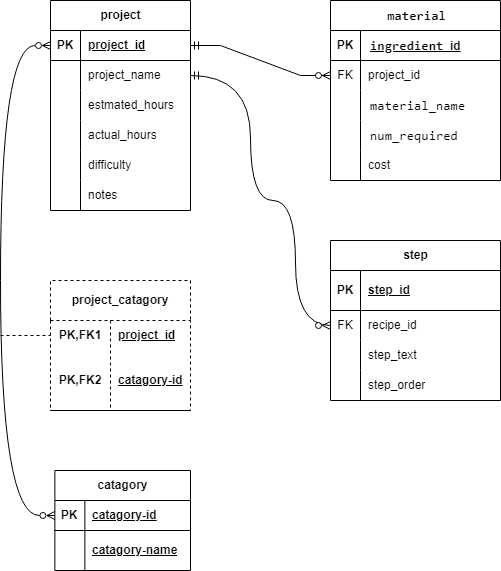
DarinSicurello/mysql-java keeps this draw.io diagram as projects Diagram.drawio.png. Above is the earlier version. Source tidied: cells renumbered, new cells last; positions are measured from the earlier drawing's top-left corner, leaving out a move shared by most shapes. Its diagram source:
```xml
<mxGraphModel>
  <root>
    <mxCell id="0" />
    <mxCell id="1" parent="0" />
    <mxCell id="2" value="project" style="shape=table;startSize=30;rowLines=0;fontStyle=1;align=center;html=1;" parent="1" vertex="1">
      <mxGeometry x="50" width="140" height="210" as="geometry" />
    </mxCell>
    <mxCell id="3" style="shape=tableRow;horizontal=0;startSize=0;swimlaneHead=0;swimlaneBody=0;fillColor=none;points=[[0,0.5],[1,0.5]];portConstraint=eastwest;top=0;left=0;right=0;bottom=1;" parent="2" vertex="1">
      <mxGeometry y="30" width="140" height="30" as="geometry" />
    </mxCell>
    <mxCell id="4" value="PK" style="shape=partialRectangle;fillColor=none;top=0;left=0;bottom=0;right=0;fontStyle=1;overflow=hidden;whiteSpace=wrap;html=1;" parent="3" vertex="1">
      <mxGeometry width="30" height="30" as="geometry" />
    </mxCell>
    <mxCell id="5" value="project_id" style="shape=partialRectangle;fillColor=none;top=0;left=0;bottom=0;right=0;align=left;spacingLeft=6;fontStyle=5;overflow=hidden;whiteSpace=wrap;html=1;" parent="3" vertex="1">
      <mxGeometry x="30" width="110" height="30" as="geometry" />
    </mxCell>
    <mxCell id="6" style="shape=tableRow;horizontal=0;startSize=0;swimlaneHead=0;swimlaneBody=0;fillColor=none;points=[[0,0.5],[1,0.5]];portConstraint=eastwest;top=0;left=0;right=0;bottom=0;" parent="2" vertex="1">
      <mxGeometry y="60" width="140" height="30" as="geometry" />
    </mxCell>
    <mxCell id="7" style="shape=partialRectangle;fillColor=none;top=0;left=0;bottom=0;right=0;overflow=hidden;whiteSpace=wrap;html=1;" parent="6" vertex="1">
      <mxGeometry width="30" height="30" as="geometry" />
    </mxCell>
    <mxCell id="8" value="project_name" style="shape=partialRectangle;fillColor=none;top=0;left=0;bottom=0;right=0;align=left;spacingLeft=6;overflow=hidden;whiteSpace=wrap;html=1;" parent="6" vertex="1">
      <mxGeometry x="30" width="110" height="30" as="geometry" />
    </mxCell>
    <mxCell id="9" style="shape=tableRow;horizontal=0;startSize=0;swimlaneHead=0;swimlaneBody=0;fillColor=none;top=0;left=0;right=0;bottom=0;" parent="2" vertex="1">
      <mxGeometry y="90" width="140" height="30" as="geometry" />
    </mxCell>
    <mxCell id="10" style="shape=partialRectangle;fillColor=none;top=0;left=0;bottom=0;right=0;overflow=hidden;whiteSpace=wrap;html=1;" parent="9" vertex="1">
      <mxGeometry width="30" height="30" as="geometry" />
    </mxCell>
    <mxCell id="11" value="estmated_hours" style="shape=partialRectangle;fillColor=none;top=0;left=0;bottom=0;right=0;align=left;spacingLeft=6;overflow=hidden;whiteSpace=wrap;html=1;" parent="9" vertex="1">
      <mxGeometry x="30" width="110" height="30" as="geometry" />
    </mxCell>
    <mxCell id="12" style="shape=tableRow;horizontal=0;startSize=0;swimlaneHead=0;swimlaneBody=0;fillColor=none;top=0;left=0;right=0;bottom=0;" parent="2" vertex="1">
      <mxGeometry y="120" width="140" height="30" as="geometry" />
    </mxCell>
    <mxCell id="13" style="shape=partialRectangle;fillColor=none;top=0;left=0;bottom=0;right=0;overflow=hidden;whiteSpace=wrap;html=1;" parent="12" vertex="1">
      <mxGeometry width="30" height="30" as="geometry" />
    </mxCell>
    <mxCell id="14" value="actual_hours" style="shape=partialRectangle;fillColor=none;top=0;left=0;bottom=0;right=0;align=left;spacingLeft=6;overflow=hidden;whiteSpace=wrap;html=1;" parent="12" vertex="1">
      <mxGeometry x="30" width="110" height="30" as="geometry" />
    </mxCell>
    <mxCell id="15" style="shape=tableRow;horizontal=0;startSize=0;swimlaneHead=0;swimlaneBody=0;fillColor=none;top=0;left=0;right=0;bottom=0;" parent="2" vertex="1">
      <mxGeometry y="150" width="140" height="30" as="geometry" />
    </mxCell>
    <mxCell id="16" style="shape=partialRectangle;fillColor=none;top=0;left=0;bottom=0;right=0;overflow=hidden;whiteSpace=wrap;html=1;" parent="15" vertex="1">
      <mxGeometry width="30" height="30" as="geometry" />
    </mxCell>
    <mxCell id="17" value="difficulty" style="shape=partialRectangle;fillColor=none;top=0;left=0;bottom=0;right=0;align=left;spacingLeft=6;overflow=hidden;whiteSpace=wrap;html=1;" parent="15" vertex="1">
      <mxGeometry x="30" width="110" height="30" as="geometry" />
    </mxCell>
    <mxCell id="18" style="shape=tableRow;horizontal=0;startSize=0;swimlaneHead=0;swimlaneBody=0;fillColor=none;top=0;left=0;right=0;bottom=0;" parent="2" vertex="1">
      <mxGeometry y="180" width="140" height="30" as="geometry" />
    </mxCell>
    <mxCell id="19" style="shape=partialRectangle;fillColor=none;top=0;left=0;bottom=0;right=0;overflow=hidden;whiteSpace=wrap;html=1;" parent="18" vertex="1">
      <mxGeometry width="30" height="30" as="geometry" />
    </mxCell>
    <mxCell id="20" value="notes" style="shape=partialRectangle;fillColor=none;top=0;left=0;bottom=0;right=0;align=left;spacingLeft=6;overflow=hidden;whiteSpace=wrap;html=1;" parent="18" vertex="1">
      <mxGeometry x="30" width="110" height="30" as="geometry" />
    </mxCell>
    <mxCell id="21" style="edgeStyle=orthogonalEdgeStyle;rounded=0;orthogonalLoop=1;jettySize=auto;html=1;exitX=1;exitY=0.5;exitDx=0;exitDy=0;entryX=1;entryY=0.5;entryDx=0;entryDy=0;" parent="2" edge="1" source="6" target="6">
      <mxGeometry relative="1" as="geometry" />
    </mxCell>
    <mxCell id="22" value="&lt;span style=&quot;padding: 0px 0px 0px 2px;&quot;&gt;&lt;span style=&quot;font-family: Consolas; font-size: 10pt; white-space-collapse: preserve; background-color: rgb(255, 255, 255);&quot;&gt;material&lt;/span&gt;&lt;/span&gt;" style="shape=table;startSize=30;rowLines=0;fontStyle=1;align=center;html=1;" parent="1" vertex="1">
      <mxGeometry x="330" width="170" height="180" as="geometry" />
    </mxCell>
    <mxCell id="23" style="shape=tableRow;horizontal=0;startSize=0;swimlaneHead=0;swimlaneBody=0;fillColor=none;top=0;left=0;right=0;bottom=1;" parent="22" vertex="1">
      <mxGeometry y="30" width="170" height="30" as="geometry" />
    </mxCell>
    <mxCell id="24" value="PK" style="shape=partialRectangle;fillColor=none;top=0;left=0;bottom=0;right=0;fontStyle=1;overflow=hidden;whiteSpace=wrap;html=1;" parent="23" vertex="1">
      <mxGeometry width="30" height="30" as="geometry" />
    </mxCell>
    <mxCell id="25" value="&lt;span style=&quot;background-color: rgb(255, 255, 255);&quot;&gt;&lt;span style=&quot;padding: 0px 0px 0px 2px;&quot;&gt;&lt;span style=&quot;font-family: Consolas; font-size: 10pt; white-space: pre;&quot;&gt;ingredient&lt;/span&gt;&lt;/span&gt;_id&lt;/span&gt;" style="shape=partialRectangle;fillColor=none;top=0;left=0;bottom=0;right=0;align=left;spacingLeft=6;fontStyle=5;overflow=hidden;whiteSpace=wrap;html=1;" parent="23" vertex="1">
      <mxGeometry x="30" width="140" height="30" as="geometry" />
    </mxCell>
    <mxCell id="26" style="shape=tableRow;horizontal=0;startSize=0;swimlaneHead=0;swimlaneBody=0;fillColor=none;points=[[0,0.5],[1,0.5]];portConstraint=eastwest;top=0;left=0;right=0;bottom=0;" parent="22" vertex="1">
      <mxGeometry y="60" width="170" height="30" as="geometry" />
    </mxCell>
    <mxCell id="27" value="FK" style="shape=partialRectangle;fillColor=none;top=0;left=0;bottom=0;right=0;overflow=hidden;whiteSpace=wrap;html=1;" parent="26" vertex="1">
      <mxGeometry width="30" height="30" as="geometry" />
    </mxCell>
    <mxCell id="28" value="project_id" style="shape=partialRectangle;fillColor=none;top=0;left=0;bottom=0;right=0;align=left;spacingLeft=6;overflow=hidden;whiteSpace=wrap;html=1;" parent="26" vertex="1">
      <mxGeometry x="30" width="140" height="30" as="geometry" />
    </mxCell>
    <mxCell id="29" style="shape=tableRow;horizontal=0;startSize=0;swimlaneHead=0;swimlaneBody=0;fillColor=none;top=0;left=0;right=0;bottom=0;" parent="22" vertex="1">
      <mxGeometry y="90" width="170" height="30" as="geometry" />
    </mxCell>
    <mxCell id="30" style="shape=partialRectangle;fillColor=none;top=0;left=0;bottom=0;right=0;overflow=hidden;whiteSpace=wrap;html=1;" parent="29" vertex="1">
      <mxGeometry width="30" height="30" as="geometry" />
    </mxCell>
    <mxCell id="31" value="&lt;span style=&quot;background-color:#ffffff;padding:0px 0px 0px 2px;&quot;&gt;&lt;span style=&quot;font-family: Consolas; font-size: 10pt; white-space: pre;&quot;&gt;material_name &lt;/span&gt;&lt;/span&gt;" style="shape=partialRectangle;fillColor=none;top=0;left=0;bottom=0;right=0;align=left;spacingLeft=6;overflow=hidden;whiteSpace=wrap;html=1;" parent="29" vertex="1">
      <mxGeometry x="30" width="140" height="30" as="geometry" />
    </mxCell>
    <mxCell id="32" style="shape=tableRow;horizontal=0;startSize=0;swimlaneHead=0;swimlaneBody=0;fillColor=none;top=0;left=0;right=0;bottom=0;" parent="22" vertex="1">
      <mxGeometry y="120" width="170" height="30" as="geometry" />
    </mxCell>
    <mxCell id="33" style="shape=partialRectangle;fillColor=none;top=0;left=0;bottom=0;right=0;overflow=hidden;whiteSpace=wrap;html=1;" parent="32" vertex="1">
      <mxGeometry width="30" height="30" as="geometry" />
    </mxCell>
    <mxCell id="34" value="&lt;span style=&quot;background-color:#ffffff;padding:0px 0px 0px 2px;&quot;&gt;&lt;span style=&quot;font-family: Consolas; font-size: 10pt; white-space: pre;&quot;&gt;num_required&lt;/span&gt;&lt;/span&gt;" style="shape=partialRectangle;fillColor=none;top=0;left=0;bottom=0;right=0;align=left;spacingLeft=6;overflow=hidden;whiteSpace=wrap;html=1;" parent="32" vertex="1">
      <mxGeometry x="30" width="140" height="30" as="geometry" />
    </mxCell>
    <mxCell id="35" style="shape=tableRow;horizontal=0;startSize=0;swimlaneHead=0;swimlaneBody=0;fillColor=none;top=0;left=0;right=0;bottom=0;" parent="22" vertex="1">
      <mxGeometry y="150" width="170" height="30" as="geometry" />
    </mxCell>
    <mxCell id="36" style="shape=partialRectangle;fillColor=none;top=0;left=0;bottom=0;right=0;overflow=hidden;whiteSpace=wrap;html=1;" parent="35" vertex="1">
      <mxGeometry width="30" height="30" as="geometry" />
    </mxCell>
    <mxCell id="37" value="cost" style="shape=partialRectangle;fillColor=none;top=0;left=0;bottom=0;right=0;align=left;spacingLeft=6;overflow=hidden;whiteSpace=wrap;html=1;" parent="35" vertex="1">
      <mxGeometry x="30" width="140" height="30" as="geometry" />
    </mxCell>
    <mxCell id="38" value="catagory" style="shape=table;startSize=30;rowLines=0;fontStyle=1;align=center;html=1;" parent="1" vertex="1">
      <mxGeometry x="54.4" y="470" width="135.6" height="100" as="geometry" />
    </mxCell>
    <mxCell id="39" style="shape=tableRow;horizontal=0;startSize=0;swimlaneHead=0;swimlaneBody=0;fillColor=none;points=[[0,0.5],[1,0.5]];portConstraint=eastwest;top=0;left=0;right=0;bottom=1;" parent="38" vertex="1">
      <mxGeometry y="30" width="135.6" height="30" as="geometry" />
    </mxCell>
    <mxCell id="40" value="PK" style="shape=partialRectangle;fillColor=none;top=0;left=0;bottom=0;right=0;fontStyle=1;overflow=hidden;whiteSpace=wrap;html=1;" parent="39" vertex="1">
      <mxGeometry width="30" height="30" as="geometry" />
    </mxCell>
    <mxCell id="41" value="&lt;span style=&quot;text-align: center; text-wrap: nowrap;&quot;&gt;catagory-id&lt;/span&gt;" style="shape=partialRectangle;fillColor=none;top=0;left=0;bottom=0;right=0;align=left;spacingLeft=6;fontStyle=5;overflow=hidden;whiteSpace=wrap;html=1;" parent="39" vertex="1">
      <mxGeometry x="30" width="105.6" height="30" as="geometry" />
    </mxCell>
    <mxCell id="42" style="shape=tableRow;horizontal=0;startSize=0;swimlaneHead=0;swimlaneBody=0;fillColor=none;top=0;left=0;right=0;bottom=0;" parent="38" vertex="1">
      <mxGeometry y="60" width="135.6" height="40" as="geometry" />
    </mxCell>
    <mxCell id="43" style="shape=partialRectangle;fillColor=none;top=0;left=0;bottom=0;right=0;overflow=hidden;whiteSpace=wrap;html=1;" parent="42" vertex="1">
      <mxGeometry width="30" height="40" as="geometry" />
    </mxCell>
    <mxCell id="44" value="&lt;span style=&quot;font-weight: 700; text-align: center; text-wrap: nowrap; text-decoration-line: underline;&quot;&gt;catagory-name&lt;/span&gt;" style="shape=partialRectangle;fillColor=none;top=0;left=0;bottom=0;right=0;align=left;spacingLeft=6;overflow=hidden;whiteSpace=wrap;html=1;" parent="42" vertex="1">
      <mxGeometry x="30" width="105.6" height="40" as="geometry" />
    </mxCell>
    <mxCell id="45" value="&lt;span style=&quot;text-wrap: nowrap;&quot;&gt;project_catagory&lt;/span&gt;" style="shape=table;startSize=40;rowLines=0;fontStyle=1;align=center;html=1;whiteSpace=wrap;dashed=1;" parent="1" vertex="1">
      <mxGeometry x="50" y="280" width="140" height="130" as="geometry" />
    </mxCell>
    <mxCell id="46" style="shape=tableRow;horizontal=0;startSize=0;swimlaneHead=0;swimlaneBody=0;fillColor=none;points=[[0,0.5],[1,0.5]];portConstraint=eastwest;top=0;left=0;right=0;bottom=0;html=1;" parent="45" vertex="1">
      <mxGeometry y="40" width="140" height="30" as="geometry" />
    </mxCell>
    <mxCell id="47" value="PK,FK1" style="shape=partialRectangle;fillColor=none;top=0;left=0;bottom=0;right=0;fontStyle=1;overflow=hidden;html=1;whiteSpace=wrap;" parent="46" vertex="1">
      <mxGeometry width="60" height="30" as="geometry" />
    </mxCell>
    <mxCell id="48" value="project_id" style="shape=partialRectangle;fillColor=none;top=0;left=0;bottom=0;right=0;align=left;spacingLeft=6;fontStyle=5;overflow=hidden;html=1;whiteSpace=wrap;" parent="46" vertex="1">
      <mxGeometry x="60" width="80" height="30" as="geometry" />
    </mxCell>
    <mxCell id="49" style="shape=tableRow;horizontal=0;startSize=0;swimlaneHead=0;swimlaneBody=0;fillColor=none;top=0;left=0;right=0;bottom=1;html=1;" parent="45" vertex="1">
      <mxGeometry y="70" width="140" height="60" as="geometry" />
    </mxCell>
    <mxCell id="50" value="PK,FK2" style="shape=partialRectangle;fillColor=none;top=0;left=0;bottom=0;right=0;fontStyle=1;overflow=hidden;html=1;whiteSpace=wrap;" parent="49" vertex="1">
      <mxGeometry width="60" height="60" as="geometry" />
    </mxCell>
    <mxCell id="51" value="&lt;span style=&quot;text-align: center; text-wrap: nowrap;&quot;&gt;catagory-id&lt;/span&gt;" style="shape=partialRectangle;fillColor=none;top=0;left=0;bottom=0;right=0;align=left;spacingLeft=6;fontStyle=5;overflow=hidden;html=1;whiteSpace=wrap;" parent="49" vertex="1">
      <mxGeometry x="60" width="80" height="60" as="geometry" />
    </mxCell>
    <mxCell id="52" style="fontSize=12;html=1;endArrow=ERzeroToMany;endFill=0;rounded=0;exitX=0;exitY=0.5;exitDx=0;exitDy=0;entryX=0;entryY=0.5;entryDx=0;entryDy=0;edgeStyle=orthogonalEdgeStyle;curved=1;startArrow=ERzeroToMany;startFill=0;" parent="1" edge="1" source="39" target="3">
      <mxGeometry relative="1" as="geometry">
        <Array as="points">
          <mxPoint y="515" />
          <mxPoint y="45" />
        </Array>
      </mxGeometry>
    </mxCell>
    <mxCell id="53" style="endArrow=none;html=1;rounded=0;entryX=0;entryY=0.5;entryDx=0;entryDy=0;dashed=1;" parent="1" edge="1" target="46">
      <mxGeometry relative="1" as="geometry">
        <mxPoint y="335" as="sourcePoint" />
      </mxGeometry>
    </mxCell>
    <mxCell id="54" style="edgeStyle=entityRelationEdgeStyle;fontSize=12;html=1;endArrow=ERzeroToMany;endFill=1;rounded=0;exitX=1;exitY=0.5;exitDx=0;exitDy=0;entryX=0;entryY=0.5;entryDx=0;entryDy=0;startArrow=ERmandOne;startFill=0;" parent="1" edge="1" source="3" target="26">
      <mxGeometry relative="1" as="geometry" />
    </mxCell>
    <mxCell id="55" value="step" style="shape=table;startSize=30;rowLines=0;fontStyle=1;align=center;html=1;" parent="1" vertex="1">
      <mxGeometry x="330" y="240" width="170" height="160" as="geometry" />
    </mxCell>
    <mxCell id="56" style="shape=tableRow;horizontal=0;startSize=0;swimlaneHead=0;swimlaneBody=0;fillColor=none;top=0;left=0;right=0;bottom=1;" parent="55" vertex="1">
      <mxGeometry y="30" width="170" height="40" as="geometry" />
    </mxCell>
    <mxCell id="57" value="PK" style="shape=partialRectangle;fillColor=none;top=0;left=0;bottom=0;right=0;fontStyle=1;overflow=hidden;whiteSpace=wrap;html=1;" parent="56" vertex="1">
      <mxGeometry width="30" height="40" as="geometry" />
    </mxCell>
    <mxCell id="58" value="step_id" style="shape=partialRectangle;fillColor=none;top=0;left=0;bottom=0;right=0;align=left;spacingLeft=6;fontStyle=5;overflow=hidden;whiteSpace=wrap;html=1;" parent="56" vertex="1">
      <mxGeometry x="30" width="140" height="40" as="geometry" />
    </mxCell>
    <mxCell id="59" style="shape=tableRow;horizontal=0;startSize=0;swimlaneHead=0;swimlaneBody=0;fillColor=none;points=[[0,0.5],[1,0.5]];portConstraint=eastwest;top=0;left=0;right=0;bottom=0;" parent="55" vertex="1">
      <mxGeometry y="70" width="170" height="30" as="geometry" />
    </mxCell>
    <mxCell id="60" value="FK" style="shape=partialRectangle;fillColor=none;top=0;left=0;bottom=0;right=0;overflow=hidden;whiteSpace=wrap;html=1;" parent="59" vertex="1">
      <mxGeometry width="30" height="30" as="geometry" />
    </mxCell>
    <mxCell id="61" value="recipe_id" style="shape=partialRectangle;fillColor=none;top=0;left=0;bottom=0;right=0;align=left;spacingLeft=6;overflow=hidden;whiteSpace=wrap;html=1;" parent="59" vertex="1">
      <mxGeometry x="30" width="140" height="30" as="geometry" />
    </mxCell>
    <mxCell id="62" style="shape=tableRow;horizontal=0;startSize=0;swimlaneHead=0;swimlaneBody=0;fillColor=none;top=0;left=0;right=0;bottom=0;" parent="55" vertex="1">
      <mxGeometry y="100" width="170" height="30" as="geometry" />
    </mxCell>
    <mxCell id="63" style="shape=partialRectangle;fillColor=none;top=0;left=0;bottom=0;right=0;overflow=hidden;whiteSpace=wrap;html=1;" parent="62" vertex="1">
      <mxGeometry width="30" height="30" as="geometry" />
    </mxCell>
    <mxCell id="64" value="step_text" style="shape=partialRectangle;fillColor=none;top=0;left=0;bottom=0;right=0;align=left;spacingLeft=6;overflow=hidden;whiteSpace=wrap;html=1;" parent="62" vertex="1">
      <mxGeometry x="30" width="140" height="30" as="geometry" />
    </mxCell>
    <mxCell id="65" style="shape=tableRow;horizontal=0;startSize=0;swimlaneHead=0;swimlaneBody=0;fillColor=none;top=0;left=0;right=0;bottom=0;" parent="55" vertex="1">
      <mxGeometry y="130" width="170" height="30" as="geometry" />
    </mxCell>
    <mxCell id="66" style="shape=partialRectangle;fillColor=none;top=0;left=0;bottom=0;right=0;overflow=hidden;whiteSpace=wrap;html=1;" parent="65" vertex="1">
      <mxGeometry width="30" height="30" as="geometry" />
    </mxCell>
    <mxCell id="67" style="shape=partialRectangle;fillColor=none;top=0;left=0;bottom=0;right=0;align=left;spacingLeft=6;overflow=hidden;whiteSpace=wrap;html=1;" parent="65" vertex="1">
      <mxGeometry x="30" width="140" height="30" as="geometry" />
    </mxCell>
    <mxCell id="68" style="shape=tableRow;horizontal=0;startSize=0;swimlaneHead=0;swimlaneBody=0;fillColor=none;top=0;left=0;right=0;bottom=0;" parent="1" vertex="1">
      <mxGeometry x="330" y="370" width="170" height="30" as="geometry" />
    </mxCell>
    <mxCell id="69" style="shape=partialRectangle;fillColor=none;top=0;left=0;bottom=0;right=0;overflow=hidden;whiteSpace=wrap;html=1;" parent="68" vertex="1">
      <mxGeometry width="30" height="30" as="geometry" />
    </mxCell>
    <mxCell id="70" value="step_order" style="shape=partialRectangle;fillColor=none;top=0;left=0;bottom=0;right=0;align=left;spacingLeft=6;overflow=hidden;whiteSpace=wrap;html=1;" parent="68" vertex="1">
      <mxGeometry x="30" width="140" height="30" as="geometry" />
    </mxCell>
    <mxCell id="71" style="edgeStyle=orthogonalEdgeStyle;fontSize=12;html=1;endArrow=ERzeroToMany;endFill=1;rounded=0;curved=1;entryX=0;entryY=0.5;entryDx=0;entryDy=0;exitX=1;exitY=0.5;exitDx=0;exitDy=0;startArrow=ERmandOne;startFill=0;" parent="1" edge="1" source="6" target="59">
      <mxGeometry relative="1" as="geometry">
        <Array as="points">
          <mxPoint x="250" y="75" />
          <mxPoint x="250" y="200" />
          <mxPoint x="295" y="200" />
          <mxPoint x="295" y="325" />
        </Array>
      </mxGeometry>
    </mxCell>
  </root>
</mxGraphModel>
```
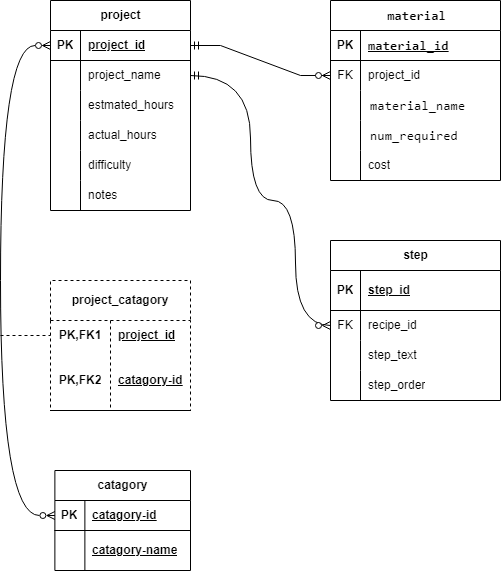
After the change.

Change to the diagram source:
```diff
@@ -71,7 +71,7 @@
     <mxCell id="24" value="PK" style="shape=partialRectangle;fillColor=none;top=0;left=0;bottom=0;right=0;fontStyle=1;overflow=hidden;whiteSpace=wrap;html=1;" parent="23" vertex="1">
       <mxGeometry width="30" height="30" as="geometry" />
     </mxCell>
-    <mxCell id="25" value="&lt;span style=&quot;background-color: rgb(255, 255, 255);&quot;&gt;&lt;span style=&quot;padding: 0px 0px 0px 2px;&quot;&gt;&lt;span style=&quot;font-family: Consolas; font-size: 10pt; white-space: pre;&quot;&gt;ingredient&lt;/span&gt;&lt;/span&gt;_id&lt;/span&gt;" style="shape=partialRectangle;fillColor=none;top=0;left=0;bottom=0;right=0;align=left;spacingLeft=6;fontStyle=5;overflow=hidden;whiteSpace=wrap;html=1;" parent="23" vertex="1">
+    <mxCell id="25" value="&lt;font face=&quot;Consolas&quot;&gt;&lt;span style=&quot;font-size: 13.3333px; white-space: pre; background-color: rgb(255, 255, 255);&quot;&gt;material_id&lt;/span&gt;&lt;/font&gt;" style="shape=partialRectangle;fillColor=none;top=0;left=0;bottom=0;right=0;align=left;spacingLeft=6;fontStyle=5;overflow=hidden;whiteSpace=wrap;html=1;" parent="23" vertex="1">
       <mxGeometry x="30" width="140" height="30" as="geometry" />
     </mxCell>
     <mxCell id="26" style="shape=tableRow;horizontal=0;startSize=0;swimlaneHead=0;swimlaneBody=0;fillColor=none;points=[[0,0.5],[1,0.5]];portConstraint=eastwest;top=0;left=0;right=0;bottom=0;" parent="22" vertex="1">
```
